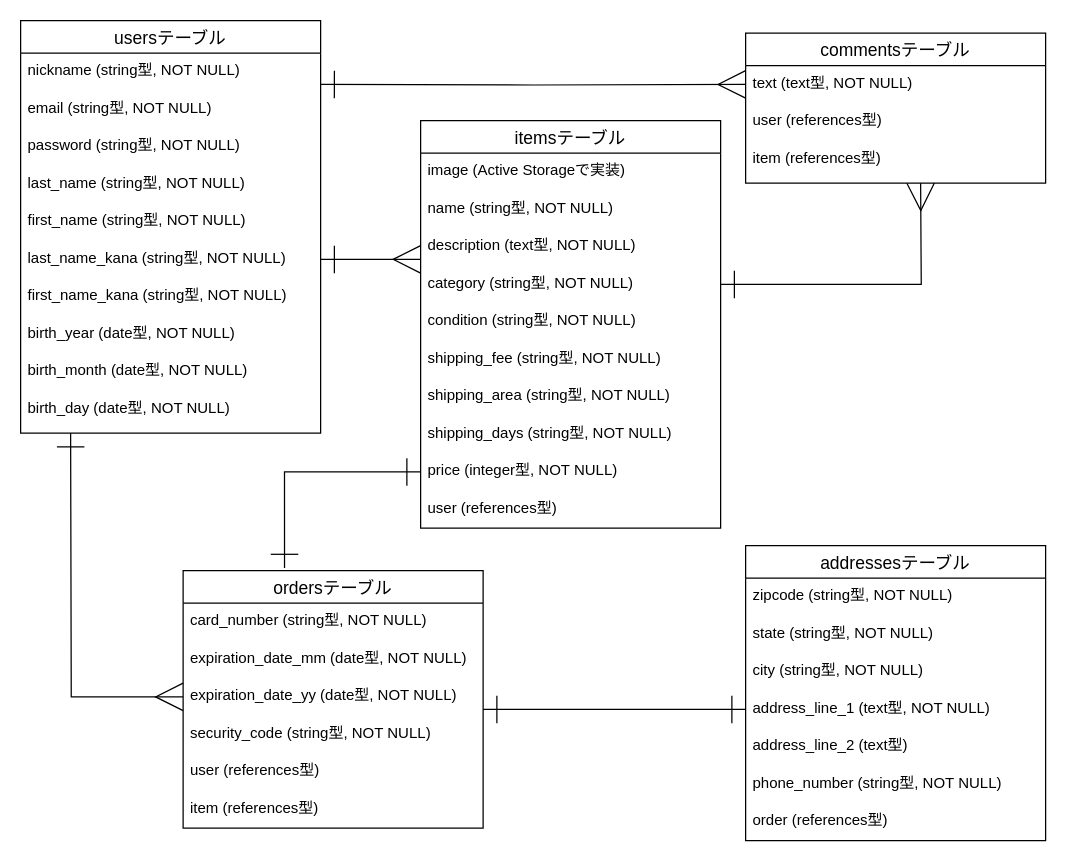
Before: er.dio in inaken12/furima-33568, a draw.io diagram. Source tidied: cells renumbered, new cells numbered last; positions are measured from the earlier drawing's top-left corner, leaving out a move shared by most shapes. Both pictures are drawn from the tidied source at 125%, with x=0, y=0 at pixel (20, 20).
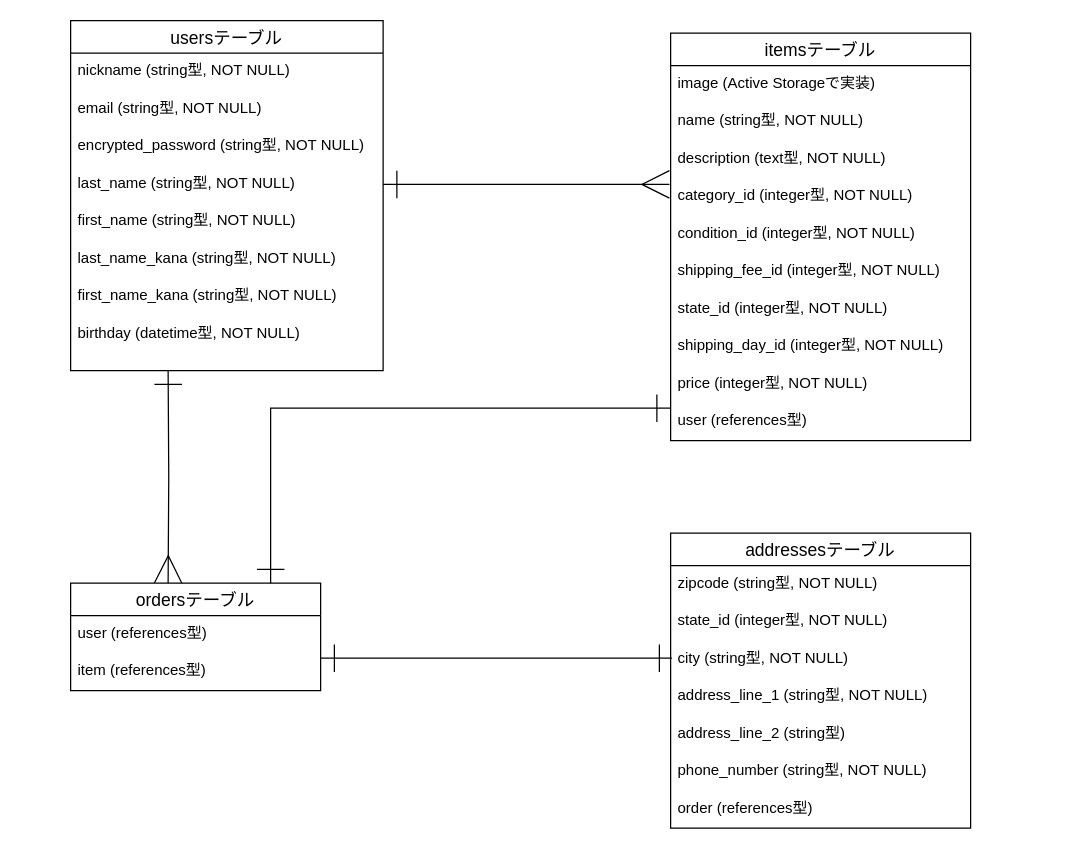
The same page after the edit.

Unchanged cells that the change refers to:
```xml
<mxCell id="23" value="description (text型, NOT NULL)" style="text;strokeColor=none;fillColor=none;spacingLeft=4;spacingRight=4;overflow=hidden;points=[[0,0.5],[1,0.5]];portConstraint=eastwest;fontSize=12;" parent="20" vertex="1">
  <mxGeometry y="86" width="240" height="30" as="geometry" />
</mxCell>
<mxCell id="29" value="price (integer型, NOT NULL)" style="text;strokeColor=none;fillColor=none;spacingLeft=4;spacingRight=4;overflow=hidden;points=[[0,0.5],[1,0.5]];portConstraint=eastwest;fontSize=12;" parent="20" vertex="1">
  <mxGeometry y="266" width="240" height="30" as="geometry" />
</mxCell>
```

The edit, as a diff of the source:
```diff
@@
     <mxCell id="2" value="usersテーブル" style="swimlane;fontStyle=0;horizontal=1;startSize=26;align=center;fontSize=14;" parent="1" vertex="1">
-      <mxGeometry width="240" height="330" as="geometry" />
+      <mxGeometry x="40" width="250" height="280" as="geometry" />
     </mxCell>
     <mxCell id="3" value="nickname (string型, NOT NULL)" style="text;strokeColor=none;fillColor=none;spacingLeft=4;spacingRight=4;overflow=hidden;fontSize=12;" parent="2" vertex="1">
-      <mxGeometry y="26" width="240" height="30" as="geometry" />
+      <mxGeometry y="26" width="250" height="30" as="geometry" />
     </mxCell>
     <mxCell id="4" value="email (string型, NOT NULL)" style="text;strokeColor=none;fillColor=none;spacingLeft=4;spacingRight=4;overflow=hidden;fontSize=12;" parent="2" vertex="1">
-      <mxGeometry y="56" width="240" height="30" as="geometry" />
+      <mxGeometry y="56" width="250" height="30" as="geometry" />
     </mxCell>
-    <mxCell id="5" value="password (string型, NOT NULL)" style="text;strokeColor=none;fillColor=none;spacingLeft=4;spacingRight=4;overflow=hidden;fontSize=12;" parent="2" vertex="1">
-      <mxGeometry y="86" width="240" height="30" as="geometry" />
+    <mxCell id="5" value="encrypted_password (string型, NOT NULL)" style="text;strokeColor=none;fillColor=none;spacingLeft=4;spacingRight=4;overflow=hidden;fontSize=12;" parent="2" vertex="1">
+      <mxGeometry y="86" width="250" height="30" as="geometry" />
     </mxCell>
     <mxCell id="6" value="last_name (string型, NOT NULL)" style="text;strokeColor=none;fillColor=none;spacingLeft=4;spacingRight=4;overflow=hidden;points=[[0,0.5],[1,0.5]];portConstraint=eastwest;fontSize=12;" parent="2" vertex="1">
-      <mxGeometry y="116" width="240" height="30" as="geometry" />
+      <mxGeometry y="116" width="250" height="30" as="geometry" />
     </mxCell>
     <mxCell id="7" value="first_name (string型, NOT NULL)" style="text;strokeColor=none;fillColor=none;spacingLeft=4;spacingRight=4;overflow=hidden;fontSize=12;" parent="2" vertex="1">
-      <mxGeometry y="146" width="240" height="30" as="geometry" />
+      <mxGeometry y="146" width="250" height="30" as="geometry" />
     </mxCell>
     <mxCell id="8" value="last_name_kana (string型, NOT NULL)" style="text;strokeColor=none;fillColor=none;spacingLeft=4;spacingRight=4;overflow=hidden;points=[[0,0.5],[1,0.5]];portConstraint=eastwest;fontSize=12;" parent="2" vertex="1">
-      <mxGeometry y="176" width="240" height="30" as="geometry" />
+      <mxGeometry y="176" width="250" height="30" as="geometry" />
     </mxCell>
     <mxCell id="9" value="first_name_kana (string型, NOT NULL)" style="text;strokeColor=none;fillColor=none;spacingLeft=4;spacingRight=4;overflow=hidden;fontSize=12;" parent="2" vertex="1">
-      <mxGeometry y="206" width="240" height="30" as="geometry" />
+      <mxGeometry y="206" width="250" height="30" as="geometry" />
     </mxCell>
-    <mxCell id="10" value="birth_year (date型, NOT NULL)" style="text;strokeColor=none;fillColor=none;spacingLeft=4;spacingRight=4;overflow=hidden;fontSize=12;" parent="2" vertex="1">
-      <mxGeometry y="236" width="240" height="30" as="geometry" />
+    <mxCell id="10" value="birthday (datetime型, NOT NULL)" style="text;strokeColor=none;fillColor=none;spacingLeft=4;spacingRight=4;overflow=hidden;fontSize=12;" parent="2" vertex="1">
+      <mxGeometry y="236" width="250" height="44" as="geometry" />
     </mxCell>
-    <mxCell id="11" value="birth_month (date型, NOT NULL)" style="text;strokeColor=none;fillColor=none;spacingLeft=4;spacingRight=4;overflow=hidden;fontSize=12;" parent="2" vertex="1">
-      <mxGeometry y="266" width="240" height="30" as="geometry" />
-    </mxCell>
-    <mxCell id="12" value="birth_day (date型, NOT NULL)" style="text;strokeColor=none;fillColor=none;spacingLeft=4;spacingRight=4;overflow=hidden;fontSize=12;" parent="2" vertex="1">
-      <mxGeometry y="296" width="240" height="34" as="geometry" />
-    </mxCell>
     <mxCell id="13" value="ordersテーブル" style="swimlane;fontStyle=0;horizontal=1;startSize=26;align=center;fontSize=14;" parent="1" vertex="1">
-      <mxGeometry x="130" y="440" width="240" height="206" as="geometry" />
+      <mxGeometry x="40" y="450" width="200" height="86" as="geometry" />
     </mxCell>
-    <mxCell id="14" value="card_number (string型, NOT NULL)" style="text;strokeColor=none;fillColor=none;spacingLeft=4;spacingRight=4;overflow=hidden;fontSize=12;" parent="13" vertex="1">
-      <mxGeometry y="26" width="240" height="30" as="geometry" />
-    </mxCell>
-    <mxCell id="15" value="expiration_date_mm (date型, NOT NULL)" style="text;strokeColor=none;fillColor=none;spacingLeft=4;spacingRight=4;overflow=hidden;fontSize=12;" parent="13" vertex="1">
-      <mxGeometry y="56" width="240" height="30" as="geometry" />
-    </mxCell>
-    <mxCell id="16" value="expiration_date_yy (date型, NOT NULL)" style="text;strokeColor=none;fillColor=none;spacingLeft=4;spacingRight=4;overflow=hidden;points=[[0,0.5],[1,0.5]];portConstraint=eastwest;fontSize=12;" parent="13" vertex="1">
-      <mxGeometry y="86" width="240" height="30" as="geometry" />
-    </mxCell>
-    <mxCell id="17" value="security_code (string型, NOT NULL)" style="text;strokeColor=none;fillColor=none;spacingLeft=4;spacingRight=4;overflow=hidden;fontSize=12;" parent="13" vertex="1">
-      <mxGeometry y="116" width="240" height="30" as="geometry" />
-    </mxCell>
     <mxCell id="18" value="user (references型)" style="text;strokeColor=none;fillColor=none;spacingLeft=4;spacingRight=4;overflow=hidden;fontSize=12;" parent="13" vertex="1">
-      <mxGeometry y="146" width="240" height="30" as="geometry" />
+      <mxGeometry y="26" width="200" height="30" as="geometry" />
     </mxCell>
     <mxCell id="19" value="item (references型)" style="text;strokeColor=none;fillColor=none;spacingLeft=4;spacingRight=4;overflow=hidden;fontSize=12;" parent="13" vertex="1">
-      <mxGeometry y="176" width="240" height="30" as="geometry" />
+      <mxGeometry y="56" width="200" height="30" as="geometry" />
     </mxCell>
     <mxCell id="20" value="itemsテーブル" style="swimlane;fontStyle=0;horizontal=1;startSize=26;align=center;fontSize=14;" parent="1" vertex="1">
-      <mxGeometry x="320" y="80" width="240" height="326" as="geometry" />
+      <mxGeometry x="520" y="10" width="240" height="326" as="geometry" />
     </mxCell>
@@
-    <mxCell id="24" value="category (string型, NOT NULL)" style="text;strokeColor=none;fillColor=none;spacingLeft=4;spacingRight=4;overflow=hidden;points=[[0,0.5],[1,0.5]];portConstraint=eastwest;fontSize=12;" parent="20" vertex="1">
+    <mxCell id="24" value="category_id (integer型, NOT NULL)" style="text;strokeColor=none;fillColor=none;spacingLeft=4;spacingRight=4;overflow=hidden;points=[[0,0.5],[1,0.5]];portConstraint=eastwest;fontSize=12;" parent="20" vertex="1">
       <mxGeometry y="116" width="240" height="30" as="geometry" />
     </mxCell>
-    <mxCell id="25" value="condition (string型, NOT NULL)" style="text;strokeColor=none;fillColor=none;spacingLeft=4;spacingRight=4;overflow=hidden;fontSize=12;" parent="20" vertex="1">
+    <mxCell id="25" value="condition_id (integer型, NOT NULL)" style="text;strokeColor=none;fillColor=none;spacingLeft=4;spacingRight=4;overflow=hidden;fontSize=12;" parent="20" vertex="1">
       <mxGeometry y="146" width="240" height="30" as="geometry" />
     </mxCell>
-    <mxCell id="26" value="shipping_fee (string型, NOT NULL)" style="text;strokeColor=none;fillColor=none;spacingLeft=4;spacingRight=4;overflow=hidden;fontSize=12;" parent="20" vertex="1">
+    <mxCell id="26" value="shipping_fee_id (integer型, NOT NULL)" style="text;strokeColor=none;fillColor=none;spacingLeft=4;spacingRight=4;overflow=hidden;fontSize=12;" parent="20" vertex="1">
       <mxGeometry y="176" width="240" height="30" as="geometry" />
     </mxCell>
-    <mxCell id="27" value="shipping_area (string型, NOT NULL)" style="text;strokeColor=none;fillColor=none;spacingLeft=4;spacingRight=4;overflow=hidden;fontSize=12;" parent="20" vertex="1">
+    <mxCell id="27" value="state_id (integer型, NOT NULL)" style="text;strokeColor=none;fillColor=none;spacingLeft=4;spacingRight=4;overflow=hidden;fontSize=12;" parent="20" vertex="1">
       <mxGeometry y="206" width="240" height="30" as="geometry" />
     </mxCell>
-    <mxCell id="28" value="shipping_days (string型, NOT NULL)" style="text;strokeColor=none;fillColor=none;spacingLeft=4;spacingRight=4;overflow=hidden;fontSize=12;" parent="20" vertex="1">
+    <mxCell id="28" value="shipping_day_id (integer型, NOT NULL)" style="text;strokeColor=none;fillColor=none;spacingLeft=4;spacingRight=4;overflow=hidden;fontSize=12;" parent="20" vertex="1">
       <mxGeometry y="236" width="240" height="30" as="geometry" />
     </mxCell>
@@
-    <mxCell id="31" value="commentsテーブル" style="swimlane;fontStyle=0;horizontal=1;startSize=26;align=center;fontSize=14;" parent="1" vertex="1">
-      <mxGeometry x="580" y="10" width="240" height="120" as="geometry" />
-    </mxCell>
-    <mxCell id="32" value="text (text型, NOT NULL)" style="text;strokeColor=none;fillColor=none;spacingLeft=4;spacingRight=4;overflow=hidden;points=[[0,0.5],[1,0.5]];portConstraint=eastwest;fontSize=12;" parent="31" vertex="1">
-      <mxGeometry y="26" width="240" height="30" as="geometry" />
-    </mxCell>
-    <mxCell id="33" value="user (references型)" style="text;strokeColor=none;fillColor=none;spacingLeft=4;spacingRight=4;overflow=hidden;fontSize=12;" parent="31" vertex="1">
-      <mxGeometry y="56" width="240" height="30" as="geometry" />
-    </mxCell>
-    <mxCell id="34" value="item (references型)" style="text;strokeColor=none;fillColor=none;spacingLeft=4;spacingRight=4;overflow=hidden;fontSize=12;" parent="31" vertex="1">
-      <mxGeometry y="86" width="240" height="34" as="geometry" />
-    </mxCell>
     <mxCell id="35" value="addressesテーブル" style="swimlane;fontStyle=0;horizontal=1;startSize=26;align=center;fontSize=14;" parent="1" vertex="1">
-      <mxGeometry x="580" y="420" width="240" height="236" as="geometry" />
+      <mxGeometry x="520" y="410" width="240" height="236" as="geometry" />
     </mxCell>
@@
-    <mxCell id="37" value="state (string型, NOT NULL)" style="text;strokeColor=none;fillColor=none;spacingLeft=4;spacingRight=4;overflow=hidden;fontSize=12;" parent="35" vertex="1">
+    <mxCell id="37" value="state_id (integer型, NOT NULL)" style="text;strokeColor=none;fillColor=none;spacingLeft=4;spacingRight=4;overflow=hidden;fontSize=12;" parent="35" vertex="1">
       <mxGeometry y="56" width="240" height="30" as="geometry" />
     </mxCell>
@@
-    <mxCell id="39" value="address_line_1 (text型, NOT NULL)" style="text;strokeColor=none;fillColor=none;spacingLeft=4;spacingRight=4;overflow=hidden;points=[[0,0.5],[1,0.5]];portConstraint=eastwest;fontSize=12;" parent="35" vertex="1">
+    <mxCell id="39" value="address_line_1 (string型, NOT NULL)" style="text;strokeColor=none;fillColor=none;spacingLeft=4;spacingRight=4;overflow=hidden;points=[[0,0.5],[1,0.5]];portConstraint=eastwest;fontSize=12;" parent="35" vertex="1">
       <mxGeometry y="116" width="240" height="30" as="geometry" />
     </mxCell>
-    <mxCell id="40" value="address_line_2 (text型)" style="text;strokeColor=none;fillColor=none;spacingLeft=4;spacingRight=4;overflow=hidden;fontSize=12;" parent="35" vertex="1">
+    <mxCell id="40" value="address_line_2 (string型)" style="text;strokeColor=none;fillColor=none;spacingLeft=4;spacingRight=4;overflow=hidden;fontSize=12;" parent="35" vertex="1">
       <mxGeometry y="146" width="240" height="30" as="geometry" />
     </mxCell>
@@
-    <mxCell id="43" style="edgeStyle=orthogonalEdgeStyle;rounded=0;jettySize=auto;html=1;entryX=0;entryY=0.5;entryDx=0;entryDy=0;startArrow=ERone;startFill=0;endArrow=ERmany;endFill=0;endSize=20;targetPerimeterSpacing=0;startSize=20;" parent="1" edge="1" target="32">
-      <mxGeometry relative="1" as="geometry">
-        <mxPoint x="240" y="51" as="sourcePoint" />
-      </mxGeometry>
-    </mxCell>
-    <mxCell id="44" style="edgeStyle=orthogonalEdgeStyle;rounded=0;jettySize=auto;html=1;exitX=0;exitY=0.5;exitDx=0;exitDy=0;entryX=0.338;entryY=-0.01;entryDx=0;entryDy=0;entryPerimeter=0;startArrow=ERone;startFill=0;startSize=20;endArrow=ERone;endFill=0;endSize=20;targetPerimeterSpacing=0;" parent="1" edge="1" source="29" target="13">
-      <mxGeometry relative="1" as="geometry" />
+    <mxCell id="44" style="edgeStyle=orthogonalEdgeStyle;rounded=0;jettySize=auto;html=1;startArrow=ERone;startFill=0;startSize=20;endArrow=ERone;endFill=0;endSize=20;targetPerimeterSpacing=0;entryX=0.8;entryY=0;entryDx=0;entryDy=0;entryPerimeter=0;" parent="1" edge="1" target="13">
+      <mxGeometry relative="1" as="geometry">
+        <mxPoint x="520" y="310" as="sourcePoint" />
+        <Array as="points">
+          <mxPoint x="200" y="310" />
+        </Array>
+      </mxGeometry>
     </mxCell>
-    <mxCell id="45" style="edgeStyle=orthogonalEdgeStyle;rounded=0;jettySize=auto;html=1;exitX=1;exitY=0.5;exitDx=0;exitDy=0;startArrow=ERone;startFill=0;startSize=20;endArrow=ERmany;endFill=0;endSize=20;targetPerimeterSpacing=0;" parent="1" edge="1" source="24">
-      <mxGeometry relative="1" as="geometry">
-        <mxPoint x="720" y="130" as="targetPoint" />
-      </mxGeometry>
-    </mxCell>
-    <mxCell id="46" style="edgeStyle=orthogonalEdgeStyle;rounded=0;jettySize=auto;html=1;exitX=1;exitY=0.5;exitDx=0;exitDy=0;entryX=0;entryY=0.833;entryDx=0;entryDy=0;entryPerimeter=0;startArrow=ERone;startFill=0;startSize=20;endArrow=ERmany;endFill=0;endSize=20;targetPerimeterSpacing=0;" parent="1" edge="1" source="8" target="23">
+    <mxCell id="46" style="edgeStyle=orthogonalEdgeStyle;rounded=0;jettySize=auto;html=1;entryX=-0.004;entryY=0.167;entryDx=0;entryDy=0;entryPerimeter=0;startArrow=ERone;startFill=0;startSize=20;endArrow=ERmany;endFill=0;endSize=20;targetPerimeterSpacing=0;exitX=1;exitY=0.5;exitDx=0;exitDy=0;" parent="1" edge="1" source="6" target="24">
       <mxGeometry relative="1" as="geometry" />
     </mxCell>
-    <mxCell id="47" style="edgeStyle=orthogonalEdgeStyle;rounded=0;jettySize=auto;html=1;exitX=0;exitY=0.5;exitDx=0;exitDy=0;startArrow=ERone;startFill=0;startSize=20;endArrow=ERmany;endFill=0;endSize=20;targetPerimeterSpacing=0;entryX=0;entryY=0.5;entryDx=0;entryDy=0;" parent="1" edge="1" target="16">
+    <mxCell id="47" style="edgeStyle=orthogonalEdgeStyle;rounded=0;jettySize=auto;html=1;startArrow=ERone;startFill=0;startSize=20;endArrow=ERmany;endFill=0;endSize=20;targetPerimeterSpacing=0;entryX=0.39;entryY=0;entryDx=0;entryDy=0;entryPerimeter=0;" parent="1" edge="1" target="13">
       <mxGeometry relative="1" as="geometry">
-        <mxPoint x="40" y="330" as="sourcePoint" />
+        <mxPoint x="118" y="280" as="sourcePoint" />
       </mxGeometry>
     </mxCell>
-    <mxCell id="48" style="edgeStyle=orthogonalEdgeStyle;rounded=0;jettySize=auto;html=1;exitX=0;exitY=0.5;exitDx=0;exitDy=0;startArrow=ERone;startFill=0;startSize=20;endArrow=ERone;endFill=0;endSize=20;targetPerimeterSpacing=0;" parent="1" edge="1" source="39">
+    <mxCell id="48" style="edgeStyle=orthogonalEdgeStyle;rounded=0;orthogonalLoop=1;jettySize=auto;html=1;startArrow=ERone;startFill=0;startSize=20;endArrow=ERone;endFill=0;endSize=20;targetPerimeterSpacing=0;" parent="1" edge="1">
       <mxGeometry relative="1" as="geometry">
-        <mxPoint x="370" y="551" as="targetPoint" />
+        <mxPoint x="500" y="510" as="sourcePoint" />
+        <mxPoint x="240" y="510" as="targetPoint" />
+        <Array as="points">
+          <mxPoint x="521" y="510" />
+          <mxPoint x="240" y="510" />
+        </Array>
       </mxGeometry>
     </mxCell>
```
